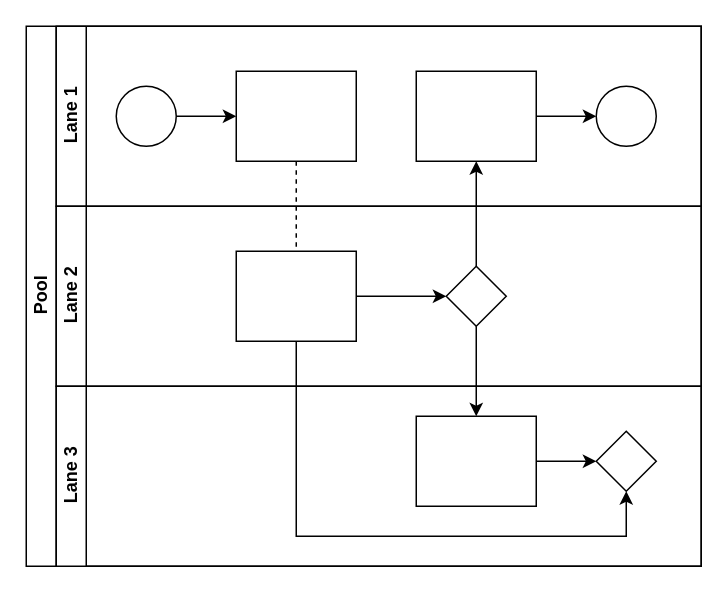
This is 报文转换器.drawio from genicy/diagrams, a draw.io file, before an edit. Source tidied: cells renumbered, new cells numbered last; positions are measured from the earlier drawing's top-left corner, leaving out a move shared by most shapes. Both pictures are drawn from the tidied source at 150%, with x=0, y=0 at pixel (26, 26).
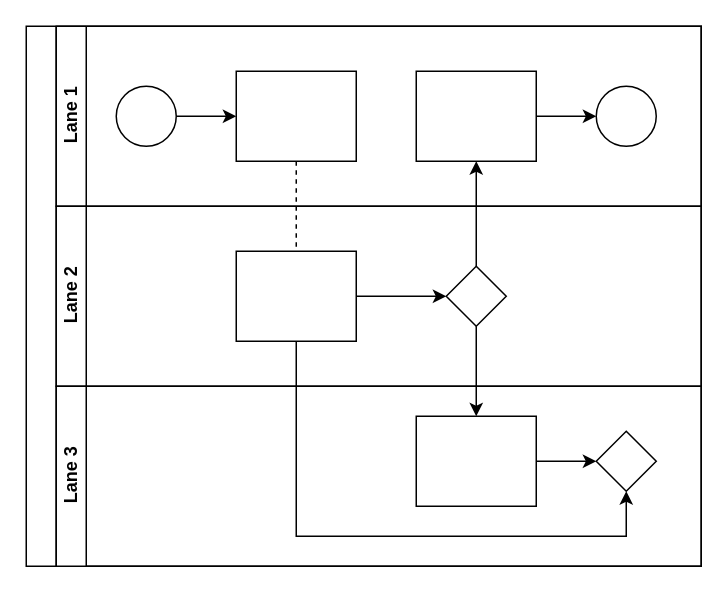
Above is the later version.

Commit message:
更新报文转换器.drawio

Change to the diagram source:
```diff
@@
-    <mxCell id="2" value="Pool" style="swimlane;html=1;horizontal=0;startSize=20;" parent="1" vertex="1">
+    <mxCell id="2" style="swimlane;html=1;horizontal=0;startSize=20;" parent="1" vertex="1">
       <mxGeometry width="450" height="360" as="geometry" />
     </mxCell>
```
